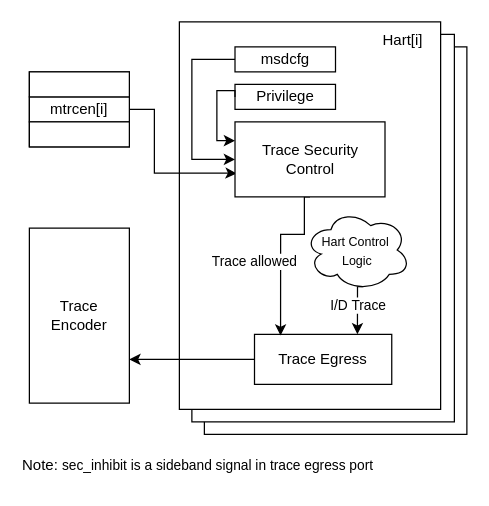
This is page "Page-4" (4 of 4) of images/external_debug_protection.drawio from riscv-non-isa/riscv-external-debug-security, a draw.io file, before an edit. Source tidied: cells renumbered, new cells numbered last; positions are measured from the earlier drawing's top-left corner, leaving out a move shared by most shapes. Both pictures are drawn from the tidied source at 125%, with x=0, y=0 at pixel (29, 21).
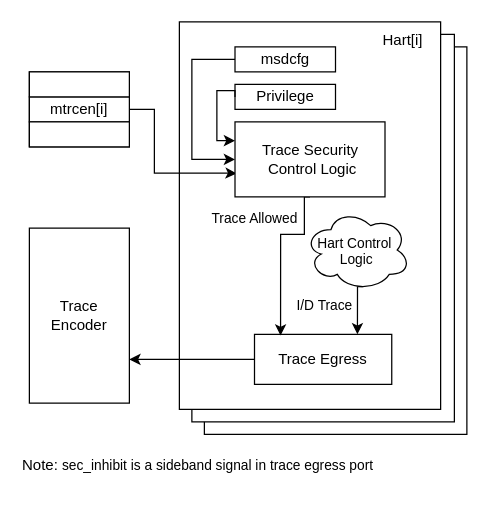
Above is the later version.

Unchanged cells that the change refers to:
```xml
<mxCell id="14" style="edgeStyle=orthogonalEdgeStyle;rounded=0;jettySize=auto;html=1;exitX=0.5;exitY=1;exitDx=0;exitDy=0;entryX=0.19;entryY=0.025;entryDx=0;entryDy=0;entryPerimeter=0;" parent="1" edge="1" source="16" target="13">
  <mxGeometry relative="1" as="geometry">
    <Array as="points">
      <mxPoint x="220" y="140" />
      <mxPoint x="220" y="170" />
      <mxPoint x="201" y="170" />
    </Array>
  </mxGeometry>
</mxCell>
<mxCell id="17" style="edgeStyle=orthogonalEdgeStyle;rounded=0;jettySize=auto;html=1;exitX=0.55;exitY=0.95;exitDx=0;exitDy=0;exitPerimeter=0;entryX=0.75;entryY=0;entryDx=0;entryDy=0;" parent="1" edge="1" source="19" target="13">
  <mxGeometry relative="1" as="geometry" />
</mxCell>
```

What changed in the source:
```diff
@@
-    <mxCell id="15" value="Trace allowed" style="edgeLabel;html=1;align=center;verticalAlign=middle;" parent="14" vertex="1">
+    <mxCell id="15" value="Trace Allowed" style="edgeLabel;html=1;align=center;verticalAlign=middle;" parent="14" vertex="1">
       <mxGeometry x="-0.04" y="-2" relative="1" as="geometry">
-        <mxPoint x="-19" y="10" as="offset" />
+        <mxPoint x="-19" y="-25" as="offset" />
       </mxGeometry>
     </mxCell>
-    <mxCell id="16" value="Trace Security Control" style="rounded=0;whiteSpace=wrap;html=1;" parent="1" vertex="1">
+    <mxCell id="16" style="rounded=0;whiteSpace=wrap;html=1;" parent="1" vertex="1">
       <mxGeometry x="164.5" y="80" width="120" height="60" as="geometry" />
     </mxCell>
@@
     <mxCell id="18" value="I/D Trace" style="edgeLabel;html=1;align=center;verticalAlign=middle;" parent="17" vertex="1">
-      <mxGeometry x="-0.11" relative="1" as="geometry" />
+      <mxGeometry x="-0.11" relative="1" as="geometry">
+        <mxPoint x="-27" as="offset" />
+      </mxGeometry>
     </mxCell>
-    <mxCell id="19" value="&lt;font style=&quot;font-size: 10px;&quot;&gt;Hart Control&amp;nbsp;&lt;/font&gt;&lt;div&gt;&lt;font style=&quot;font-size: 10px;&quot;&gt;Logic&lt;/font&gt;&lt;/div&gt;" style="ellipse;shape=cloud;whiteSpace=wrap;html=1;" parent="1" vertex="1">
+    <mxCell id="19" style="ellipse;shape=cloud;whiteSpace=wrap;html=1;" parent="1" vertex="1">
       <mxGeometry x="220" y="150" width="84.9" height="65" as="geometry" />
     </mxCell>
@@
+    <mxCell id="25" value="Trace Security&lt;div&gt;&amp;nbsp;Control Logic&lt;/div&gt;" style="text;html=1;align=center;verticalAlign=middle;whiteSpace=wrap;rounded=0;" parent="1" vertex="1">
+      <mxGeometry x="170" y="95" width="110" height="30" as="geometry" />
+    </mxCell>
+    <mxCell id="26" value="&lt;font style=&quot;font-size: 11px;&quot;&gt;Hart Control&amp;nbsp;&lt;/font&gt;&lt;div style=&quot;font-size: 11px;&quot;&gt;&lt;font style=&quot;font-size: 11px;&quot;&gt;Logic&lt;/font&gt;&lt;/div&gt;" style="text;html=1;align=center;verticalAlign=middle;whiteSpace=wrap;rounded=0;" parent="1" vertex="1">
+      <mxGeometry x="207.2" y="167.5" width="110" height="30" as="geometry" />
+    </mxCell>
```
